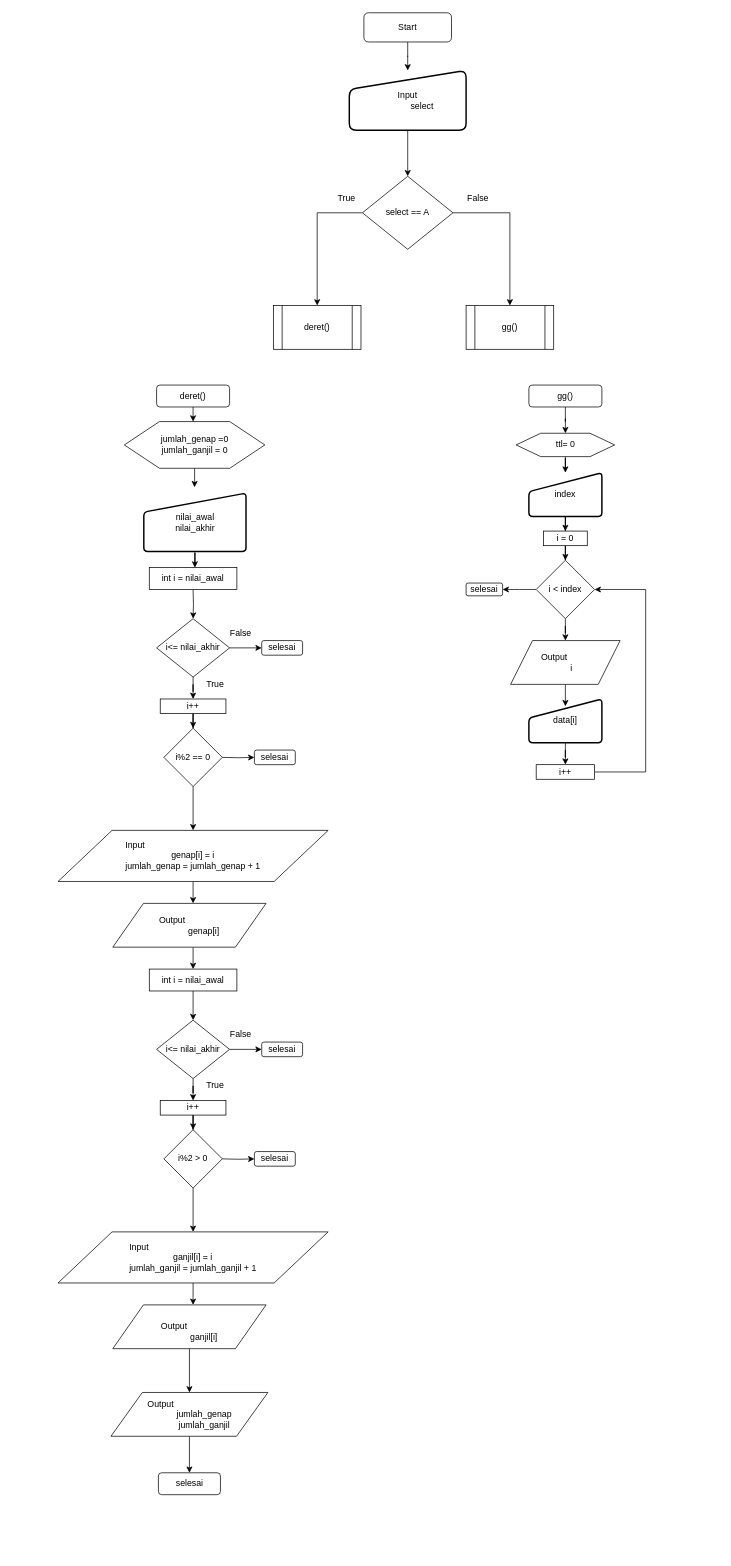
This is Untitled Diagram.drawio from imamnurhy/flowchart, a draw.io file, before an edit. Source tidied: cells renumbered, new cells numbered last; positions are measured from the earlier drawing's top-left corner, leaving out a move shared by most shapes. Both pictures are drawn from the tidied source at 73%, with x=0, y=0 at pixel (58, 12).
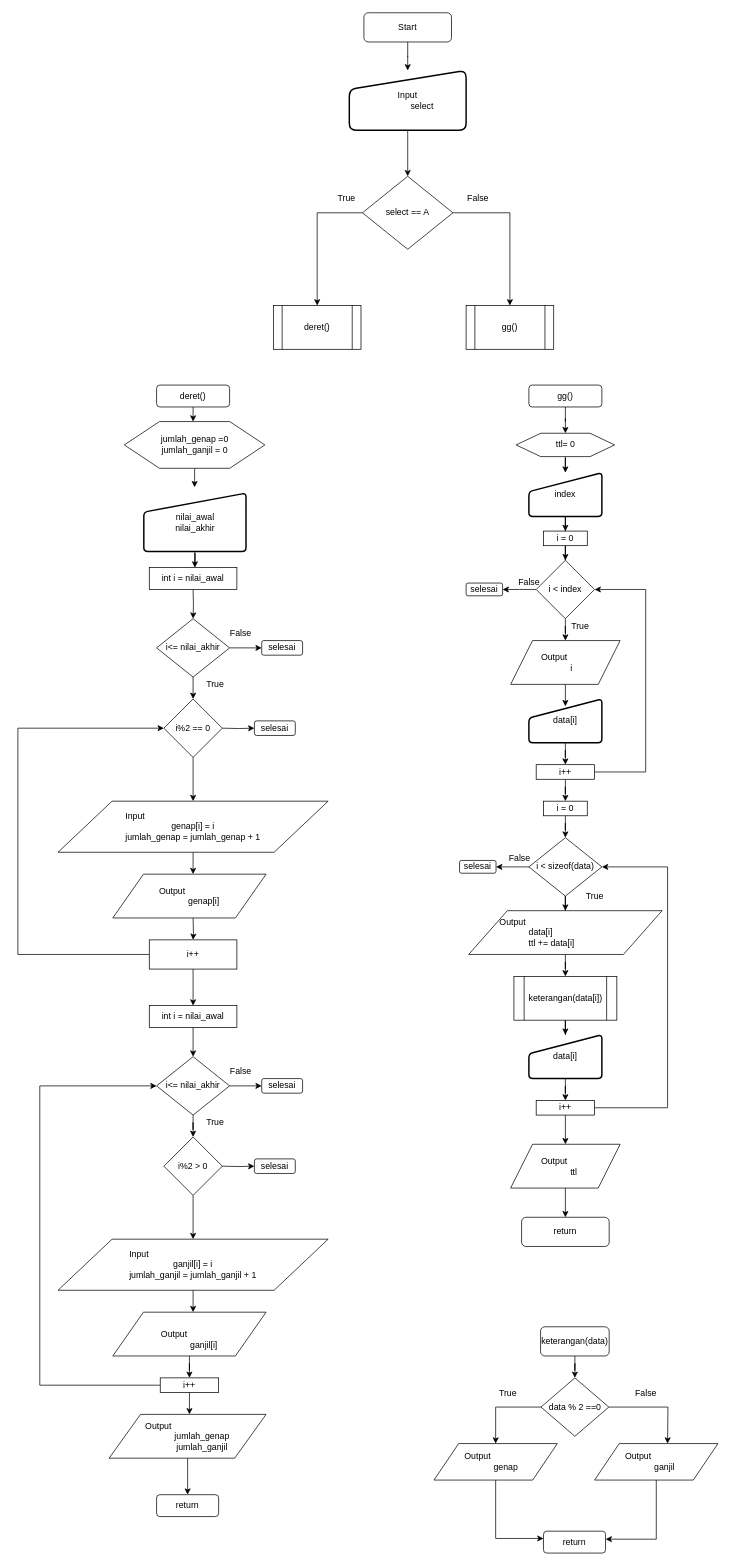
Above is the later version.

Unchanged cells that the change refers to:
```xml
<mxCell id="21" value="i&amp;lt;= nilai_akhir" style="rhombus;whiteSpace=wrap;html=1;" parent="1" vertex="1">
  <mxGeometry x="135" y="830" width="100" height="80" as="geometry" />
</mxCell>
<mxCell id="75" value="i++" style="rounded=0;whiteSpace=wrap;html=1;" parent="1" vertex="1">
  <mxGeometry x="655" y="1030" width="80" height="20" as="geometry" />
</mxCell>
```

What changed in the source:
```diff
@@
-    <mxCell id="19" style="edgeStyle=orthogonalEdgeStyle;rounded=0;jettySize=auto;html=1;" parent="1" edge="1" source="21" target="23">
-      <mxGeometry relative="1" as="geometry" />
+    <mxCell id="19" style="edgeStyle=orthogonalEdgeStyle;rounded=0;jettySize=auto;html=1;" parent="1" edge="1" source="21">
+      <mxGeometry relative="1" as="geometry">
+        <mxPoint x="185" y="940" as="targetPoint" />
+      </mxGeometry>
     </mxCell>
@@
-    <mxCell id="22" style="edgeStyle=orthogonalEdgeStyle;rounded=0;jettySize=auto;html=1;" parent="1" edge="1" source="23" target="28">
-      <mxGeometry relative="1" as="geometry" />
-    </mxCell>
-    <mxCell id="23" value="i++" style="rounded=0;whiteSpace=wrap;html=1;" parent="1" vertex="1">
-      <mxGeometry x="140" y="940" width="90" height="20" as="geometry" />
-    </mxCell>
@@
     <mxCell id="28" value="i%2 == 0" style="rhombus;whiteSpace=wrap;html=1;" parent="1" vertex="1">
-      <mxGeometry x="145" y="980" width="80" height="80" as="geometry" />
+      <mxGeometry x="145" y="940" width="80" height="80" as="geometry" />
     </mxCell>
     <mxCell id="29" style="edgeStyle=orthogonalEdgeStyle;rounded=0;jettySize=auto;html=1;" parent="1" edge="1" target="30">
       <mxGeometry relative="1" as="geometry">
-        <mxPoint x="225" y="1020" as="sourcePoint" />
+        <mxPoint x="225" y="980" as="sourcePoint" />
       </mxGeometry>
     </mxCell>
     <mxCell id="30" value="selesai" style="rounded=1;whiteSpace=wrap;html=1;" parent="1" vertex="1">
-      <mxGeometry x="269" y="1010" width="56" height="20" as="geometry" />
+      <mxGeometry x="269" y="970" width="56" height="20" as="geometry" />
     </mxCell>
     <mxCell id="31" style="edgeStyle=orthogonalEdgeStyle;rounded=0;jettySize=auto;html=1;" parent="1" edge="1" source="32">
       <mxGeometry relative="1" as="geometry">
-        <mxPoint x="185" y="1220" as="targetPoint" />
+        <mxPoint x="185" y="1180" as="targetPoint" />
       </mxGeometry>
     </mxCell>
     <mxCell id="32" value="&lt;div style=&quot;text-align: left&quot;&gt;&lt;span&gt;Input&lt;/span&gt;&lt;/div&gt;&lt;blockquote style=&quot;margin: 0 0 0 40px ; border: none ; padding: 0px&quot;&gt;&lt;/blockquote&gt;&lt;span&gt;genap[i] = i&lt;/span&gt;&lt;br&gt;&lt;span&gt;jumlah_genap = jumlah_genap + 1&lt;/span&gt;" style="shape=parallelogram;perimeter=parallelogramPerimeter;whiteSpace=wrap;html=1;align=center;" parent="1" vertex="1">
-      <mxGeometry y="1120" width="370" height="70" as="geometry" />
+      <mxGeometry y="1080" width="370" height="70" as="geometry" />
     </mxCell>
-    <mxCell id="33" style="edgeStyle=orthogonalEdgeStyle;rounded=0;orthogonalLoop=1;jettySize=auto;html=1;" parent="1" edge="1">
+    <mxCell id="33" style="edgeStyle=orthogonalEdgeStyle;rounded=0;jettySize=auto;html=1;" parent="1" edge="1" target="81">
       <mxGeometry relative="1" as="geometry">
-        <mxPoint x="185" y="1280" as="sourcePoint" />
-        <mxPoint x="185" y="1310" as="targetPoint" />
+        <mxPoint x="185" y="1240" as="sourcePoint" />
       </mxGeometry>
     </mxCell>
@@
     <mxCell id="35" value="int i = nilai_awal" style="rounded=0;whiteSpace=wrap;html=1;" parent="1" vertex="1">
-      <mxGeometry x="125" y="1310" width="120" height="30" as="geometry" />
+      <mxGeometry x="125" y="1360" width="120" height="30" as="geometry" />
     </mxCell>
-    <mxCell id="36" style="edgeStyle=orthogonalEdgeStyle;rounded=0;jettySize=auto;html=1;" parent="1" edge="1" source="38" target="40">
-      <mxGeometry relative="1" as="geometry" />
-    </mxCell>
@@
+    <mxCell id="76" style="edgeStyle=orthogonalEdgeStyle;rounded=0;jettySize=auto;html=1;entryX=0.5;entryY=0;entryDx=0;entryDy=0;" parent="1" edge="1" source="38" target="45">
+      <mxGeometry relative="1" as="geometry" />
+    </mxCell>
     <mxCell id="38" value="i&amp;lt;= nilai_akhir" style="rhombus;whiteSpace=wrap;html=1;" parent="1" vertex="1">
-      <mxGeometry x="135" y="1380" width="100" height="80" as="geometry" />
+      <mxGeometry x="135" y="1430" width="100" height="80" as="geometry" />
     </mxCell>
-    <mxCell id="39" style="edgeStyle=orthogonalEdgeStyle;rounded=0;jettySize=auto;html=1;" parent="1" edge="1" source="40" target="45">
-      <mxGeometry relative="1" as="geometry" />
-    </mxCell>
-    <mxCell id="40" value="i++" style="rounded=0;whiteSpace=wrap;html=1;" parent="1" vertex="1">
-      <mxGeometry x="140" y="1490" width="90" height="20" as="geometry" />
-    </mxCell>
     <mxCell id="41" value="selesai" style="rounded=1;whiteSpace=wrap;html=1;" parent="1" vertex="1">
-      <mxGeometry x="279" y="1410" width="56" height="20" as="geometry" />
+      <mxGeometry x="279" y="1460" width="56" height="20" as="geometry" />
     </mxCell>
     <mxCell id="42" value="False" style="text;html=1;align=center;verticalAlign=middle;" parent="1" vertex="1">
-      <mxGeometry x="225" y="1390" width="50" height="20" as="geometry" />
+      <mxGeometry x="225" y="1440" width="50" height="20" as="geometry" />
     </mxCell>
     <mxCell id="43" value="True" style="text;html=1;align=center;verticalAlign=middle;" parent="1" vertex="1">
-      <mxGeometry x="195" y="1460" width="40" height="20" as="geometry" />
+      <mxGeometry x="195" y="1510" width="40" height="20" as="geometry" />
     </mxCell>
@@
     <mxCell id="45" value="i%2 &amp;gt; 0" style="rhombus;whiteSpace=wrap;html=1;" parent="1" vertex="1">
-      <mxGeometry x="145" y="1530" width="80" height="80" as="geometry" />
+      <mxGeometry x="145" y="1540" width="80" height="80" as="geometry" />
     </mxCell>
     <mxCell id="46" style="edgeStyle=orthogonalEdgeStyle;rounded=0;jettySize=auto;html=1;" parent="1" edge="1" target="47">
       <mxGeometry relative="1" as="geometry">
-        <mxPoint x="225" y="1570" as="sourcePoint" />
+        <mxPoint x="225" y="1580" as="sourcePoint" />
       </mxGeometry>
     </mxCell>
     <mxCell id="47" value="selesai" style="rounded=1;whiteSpace=wrap;html=1;" parent="1" vertex="1">
-      <mxGeometry x="269" y="1560" width="56" height="20" as="geometry" />
+      <mxGeometry x="269" y="1570" width="56" height="20" as="geometry" />
     </mxCell>
     <mxCell id="48" style="edgeStyle=orthogonalEdgeStyle;rounded=0;jettySize=auto;html=1;" parent="1" edge="1" source="49">
       <mxGeometry relative="1" as="geometry">
-        <mxPoint x="185" y="1770" as="targetPoint" />
+        <mxPoint x="185" y="1780" as="targetPoint" />
       </mxGeometry>
     </mxCell>
     <mxCell id="49" value="&lt;div style=&quot;text-align: left&quot;&gt;&lt;span&gt;Input&lt;/span&gt;&lt;/div&gt;&lt;blockquote style=&quot;margin: 0 0 0 40px ; border: none ; padding: 0px&quot;&gt;&lt;/blockquote&gt;&lt;span&gt;ganjil[i] = i&lt;/span&gt;&lt;br&gt;&lt;span&gt;jumlah_ganjil = jumlah_ganjil + 1&lt;/span&gt;" style="shape=parallelogram;perimeter=parallelogramPerimeter;whiteSpace=wrap;html=1;align=center;" parent="1" vertex="1">
-      <mxGeometry y="1670" width="370" height="70" as="geometry" />
+      <mxGeometry y="1680" width="370" height="70" as="geometry" />
     </mxCell>
     <mxCell id="50" value="&lt;div style=&quot;text-align: left&quot;&gt;&lt;span style=&quot;font-family: &amp;#34;helvetica&amp;#34;&quot;&gt;Output&lt;/span&gt;&lt;/div&gt;&lt;blockquote style=&quot;margin: 0 0 0 40px ; border: none ; padding: 0px&quot;&gt;&lt;div&gt;&lt;span&gt;genap[i]&lt;/span&gt;&lt;/div&gt;&lt;/blockquote&gt;" style="shape=parallelogram;perimeter=parallelogramPerimeter;whiteSpace=wrap;html=1;align=center;" parent="1" vertex="1">
-      <mxGeometry x="75" y="1220" width="210" height="60" as="geometry" />
+      <mxGeometry x="75" y="1180" width="210" height="60" as="geometry" />
     </mxCell>
-    <mxCell id="51" style="edgeStyle=orthogonalEdgeStyle;rounded=0;jettySize=auto;html=1;" parent="1" edge="1" source="52" target="54">
-      <mxGeometry relative="1" as="geometry" />
-    </mxCell>
+    <mxCell id="77" style="edgeStyle=orthogonalEdgeStyle;rounded=0;jettySize=auto;html=1;entryX=0.5;entryY=0;entryDx=0;entryDy=0;" parent="1" edge="1" source="52" target="84">
+      <mxGeometry relative="1" as="geometry" />
+    </mxCell>
     <mxCell id="52" value="&lt;br&gt;&lt;div style=&quot;text-align: left&quot;&gt;&lt;span style=&quot;font-family: &amp;#34;helvetica&amp;#34;&quot;&gt;Output&lt;/span&gt;&lt;/div&gt;&lt;blockquote style=&quot;margin: 0 0 0 40px ; border: none ; padding: 0px&quot;&gt;&lt;div&gt;&lt;span&gt;ganjil[i]&lt;/span&gt;&lt;/div&gt;&lt;/blockquote&gt;" style="shape=parallelogram;perimeter=parallelogramPerimeter;whiteSpace=wrap;html=1;align=center;" parent="1" vertex="1">
-      <mxGeometry x="75" y="1770" width="210" height="60" as="geometry" />
+      <mxGeometry x="75" y="1780" width="210" height="60" as="geometry" />
     </mxCell>
@@
     <mxCell id="54" value="&lt;div style=&quot;text-align: left&quot;&gt;&lt;span&gt;Output&lt;/span&gt;&lt;/div&gt;&lt;blockquote style=&quot;margin: 0 0 0 40px ; border: none ; padding: 0px&quot;&gt;jumlah_genap&lt;br&gt;jumlah_ganjil&lt;/blockquote&gt;" style="shape=parallelogram;perimeter=parallelogramPerimeter;whiteSpace=wrap;html=1;" parent="1" vertex="1">
-      <mxGeometry x="72.5" y="1890" width="215" height="60" as="geometry" />
+      <mxGeometry x="70" y="1920" width="215" height="60" as="geometry" />
     </mxCell>
-    <mxCell id="55" value="selesai" style="rounded=1;whiteSpace=wrap;html=1;" parent="1" vertex="1">
-      <mxGeometry x="137.5" y="2000" width="85" height="30" as="geometry" />
+    <mxCell id="55" value="return" style="rounded=1;whiteSpace=wrap;html=1;" parent="1" vertex="1">
+      <mxGeometry x="135" y="2030" width="85" height="30" as="geometry" />
     </mxCell>
@@
+    <mxCell id="78" style="edgeStyle=orthogonalEdgeStyle;rounded=0;jettySize=auto;html=1;entryX=0.5;entryY=0;entryDx=0;entryDy=0;" parent="1" edge="1" source="75" target="86">
+      <mxGeometry relative="1" as="geometry" />
+    </mxCell>
@@
+    <mxCell id="79" style="edgeStyle=orthogonalEdgeStyle;rounded=0;jettySize=auto;html=1;entryX=0.5;entryY=0;entryDx=0;entryDy=0;" parent="1" edge="1" source="81" target="35">
+      <mxGeometry relative="1" as="geometry" />
+    </mxCell>
+    <mxCell id="80" style="edgeStyle=orthogonalEdgeStyle;rounded=0;jettySize=auto;html=1;entryX=0;entryY=0.5;entryDx=0;entryDy=0;" parent="1" edge="1" source="81" target="28">
+      <mxGeometry relative="1" as="geometry">
+        <Array as="points">
+          <mxPoint x="-55" y="1290" />
+          <mxPoint x="-55" y="980" />
+        </Array>
+      </mxGeometry>
+    </mxCell>
+    <mxCell id="81" value="i++" style="rounded=0;whiteSpace=wrap;html=1;" parent="1" vertex="1">
+      <mxGeometry x="125" y="1270" width="120" height="40" as="geometry" />
+    </mxCell>
+    <mxCell id="82" style="edgeStyle=orthogonalEdgeStyle;rounded=0;jettySize=auto;html=1;entryX=0.512;entryY=0;entryDx=0;entryDy=0;entryPerimeter=0;" parent="1" edge="1" source="84" target="54">
+      <mxGeometry relative="1" as="geometry" />
+    </mxCell>
+    <mxCell id="83" style="edgeStyle=orthogonalEdgeStyle;rounded=0;jettySize=auto;html=1;entryX=0;entryY=0.5;entryDx=0;entryDy=0;" parent="1" edge="1" source="84" target="38">
+      <mxGeometry relative="1" as="geometry">
+        <Array as="points">
+          <mxPoint x="-25" y="1880" />
+          <mxPoint x="-25" y="1470" />
+        </Array>
+      </mxGeometry>
+    </mxCell>
+    <mxCell id="84" value="i++" style="rounded=0;whiteSpace=wrap;html=1;" parent="1" vertex="1">
+      <mxGeometry x="140" y="1870" width="80" height="20" as="geometry" />
+    </mxCell>
+    <mxCell id="85" style="edgeStyle=orthogonalEdgeStyle;rounded=0;jettySize=auto;html=1;" parent="1" edge="1" source="86" target="89">
+      <mxGeometry relative="1" as="geometry" />
+    </mxCell>
+    <mxCell id="86" value="i = 0" style="rounded=0;whiteSpace=wrap;html=1;" parent="1" vertex="1">
+      <mxGeometry x="665" y="1080" width="60" height="20" as="geometry" />
+    </mxCell>
+    <mxCell id="87" style="edgeStyle=orthogonalEdgeStyle;rounded=0;jettySize=auto;html=1;" parent="1" edge="1" source="89" target="90">
+      <mxGeometry relative="1" as="geometry" />
+    </mxCell>
+    <mxCell id="88" style="edgeStyle=orthogonalEdgeStyle;rounded=0;jettySize=auto;html=1;" parent="1" edge="1" source="89" target="92">
+      <mxGeometry relative="1" as="geometry" />
+    </mxCell>
+    <mxCell id="89" value="i &amp;lt; sizeof(data)" style="rhombus;whiteSpace=wrap;html=1;" parent="1" vertex="1">
+      <mxGeometry x="645" y="1130" width="100" height="80" as="geometry" />
+    </mxCell>
+    <mxCell id="90" value="selesai" style="rounded=1;whiteSpace=wrap;html=1;" parent="1" vertex="1">
+      <mxGeometry x="550" y="1161.2" width="50" height="17.5" as="geometry" />
+    </mxCell>
+    <mxCell id="91" style="edgeStyle=orthogonalEdgeStyle;rounded=0;jettySize=auto;html=1;" parent="1" edge="1" source="92" target="99">
+      <mxGeometry relative="1" as="geometry" />
+    </mxCell>
+    <mxCell id="92" value="&lt;blockquote style=&quot;margin: 0 0 0 40px ; border: none ; padding: 0px&quot;&gt;&lt;div&gt;&lt;span&gt;Output&amp;nbsp;&lt;/span&gt;&lt;/div&gt;&lt;/blockquote&gt;&lt;blockquote style=&quot;margin: 0 0 0 40px ; border: none ; padding: 0px&quot;&gt;&lt;blockquote style=&quot;margin: 0 0 0 40px ; border: none ; padding: 0px&quot;&gt;data[i]&lt;/blockquote&gt;&lt;blockquote style=&quot;margin: 0 0 0 40px ; border: none ; padding: 0px&quot;&gt;ttl += data[i]&lt;/blockquote&gt;&lt;/blockquote&gt;" style="shape=parallelogram;perimeter=parallelogramPerimeter;whiteSpace=wrap;html=1;align=left;" parent="1" vertex="1">
+      <mxGeometry x="562.5" y="1230" width="265" height="60" as="geometry" />
+    </mxCell>
+    <mxCell id="93" style="edgeStyle=orthogonalEdgeStyle;rounded=0;jettySize=auto;html=1;" parent="1" edge="1" source="94" target="97">
+      <mxGeometry relative="1" as="geometry" />
+    </mxCell>
+    <mxCell id="94" value="data[i]" style="html=1;strokeWidth=2;shape=manualInput;whiteSpace=wrap;rounded=1;size=26;arcSize=11;" parent="1" vertex="1">
+      <mxGeometry x="645" y="1400" width="100" height="60" as="geometry" />
+    </mxCell>
+    <mxCell id="95" style="edgeStyle=orthogonalEdgeStyle;rounded=0;jettySize=auto;html=1;entryX=1;entryY=0.5;entryDx=0;entryDy=0;" parent="1" edge="1" source="97" target="89">
+      <mxGeometry relative="1" as="geometry">
+        <Array as="points">
+          <mxPoint x="835" y="1500" />
+          <mxPoint x="835" y="1170" />
+        </Array>
+      </mxGeometry>
+    </mxCell>
+    <mxCell id="96" style="edgeStyle=orthogonalEdgeStyle;rounded=0;jettySize=auto;html=1;" parent="1" edge="1" source="97" target="101">
+      <mxGeometry relative="1" as="geometry" />
+    </mxCell>
+    <mxCell id="97" value="i++" style="rounded=0;whiteSpace=wrap;html=1;" parent="1" vertex="1">
+      <mxGeometry x="655" y="1490" width="80" height="20" as="geometry" />
+    </mxCell>
+    <mxCell id="98" style="edgeStyle=orthogonalEdgeStyle;rounded=0;jettySize=auto;html=1;entryX=0.5;entryY=0;entryDx=0;entryDy=0;" parent="1" edge="1" source="99" target="94">
+      <mxGeometry relative="1" as="geometry" />
+    </mxCell>
+    <mxCell id="99" value="keterangan(data[i])" style="shape=process;whiteSpace=wrap;html=1;backgroundOutline=1;" parent="1" vertex="1">
+      <mxGeometry x="624.5" y="1320" width="141" height="60" as="geometry" />
+    </mxCell>
+    <mxCell id="100" style="edgeStyle=orthogonalEdgeStyle;rounded=0;jettySize=auto;html=1;" parent="1" edge="1" source="101" target="102">
+      <mxGeometry relative="1" as="geometry" />
+    </mxCell>
+    <mxCell id="101" value="&lt;blockquote style=&quot;margin: 0 0 0 40px ; border: none ; padding: 0px&quot;&gt;&lt;div&gt;&lt;span&gt;Output&lt;/span&gt;&lt;/div&gt;&lt;/blockquote&gt;&lt;blockquote style=&quot;margin: 0 0 0 40px ; border: none ; padding: 0px&quot;&gt;&lt;blockquote style=&quot;margin: 0 0 0 40px ; border: none ; padding: 0px&quot;&gt;ttl&lt;/blockquote&gt;&lt;/blockquote&gt;" style="shape=parallelogram;perimeter=parallelogramPerimeter;whiteSpace=wrap;html=1;align=left;" parent="1" vertex="1">
+      <mxGeometry x="620" y="1550" width="150" height="60" as="geometry" />
+    </mxCell>
+    <mxCell id="102" value="return" style="rounded=1;whiteSpace=wrap;html=1;" parent="1" vertex="1">
+      <mxGeometry x="635" y="1650" width="120" height="40" as="geometry" />
+    </mxCell>
+    <mxCell id="103" style="edgeStyle=orthogonalEdgeStyle;rounded=0;jettySize=auto;html=1;" parent="1" edge="1" source="104" target="107">
+      <mxGeometry relative="1" as="geometry" />
+    </mxCell>
+    <mxCell id="104" value="keterangan(data)" style="rounded=1;whiteSpace=wrap;html=1;align=center;" parent="1" vertex="1">
+      <mxGeometry x="661" y="1800" width="94" height="40" as="geometry" />
+    </mxCell>
+    <mxCell id="105" style="edgeStyle=orthogonalEdgeStyle;rounded=0;jettySize=auto;html=1;exitX=0;exitY=0.5;exitDx=0;exitDy=0;" parent="1" edge="1" source="107" target="109">
+      <mxGeometry relative="1" as="geometry" />
+    </mxCell>
+    <mxCell id="106" style="edgeStyle=orthogonalEdgeStyle;rounded=0;jettySize=auto;html=1;" parent="1" edge="1" source="107">
+      <mxGeometry relative="1" as="geometry">
+        <mxPoint x="835" y="1960" as="targetPoint" />
+      </mxGeometry>
+    </mxCell>
+    <mxCell id="107" value="data % 2 ==0" style="rhombus;whiteSpace=wrap;html=1;" parent="1" vertex="1">
+      <mxGeometry x="661.5" y="1870" width="93" height="80" as="geometry" />
+    </mxCell>
+    <mxCell id="108" style="edgeStyle=orthogonalEdgeStyle;rounded=0;jettySize=auto;html=1;" parent="1" edge="1" source="109">
+      <mxGeometry relative="1" as="geometry">
+        <mxPoint x="665" y="2090" as="targetPoint" />
+        <Array as="points">
+          <mxPoint x="600" y="2090" />
+        </Array>
+      </mxGeometry>
+    </mxCell>
+    <mxCell id="109" value="&lt;blockquote style=&quot;margin: 0 0 0 40px ; border: none ; padding: 0px&quot;&gt;&lt;div&gt;&lt;span&gt;Output&amp;nbsp;&lt;/span&gt;&lt;/div&gt;&lt;/blockquote&gt;&lt;blockquote style=&quot;margin: 0 0 0 40px ; border: none ; padding: 0px&quot;&gt;&lt;blockquote style=&quot;margin: 0 0 0 40px ; border: none ; padding: 0px&quot;&gt;&lt;div&gt;&lt;span&gt;genap&lt;/span&gt;&lt;/div&gt;&lt;/blockquote&gt;&lt;/blockquote&gt;" style="shape=parallelogram;perimeter=parallelogramPerimeter;whiteSpace=wrap;html=1;align=left;" parent="1" vertex="1">
+      <mxGeometry x="515" y="1960" width="169" height="50" as="geometry" />
+    </mxCell>
+    <mxCell id="110" style="edgeStyle=orthogonalEdgeStyle;rounded=0;jettySize=auto;html=1;entryX=1.002;entryY=0.365;entryDx=0;entryDy=0;entryPerimeter=0;" parent="1" edge="1" source="111" target="118">
+      <mxGeometry relative="1" as="geometry">
+        <Array as="points">
+          <mxPoint x="820" y="2091" />
+        </Array>
+      </mxGeometry>
+    </mxCell>
+    <mxCell id="111" value="&lt;blockquote style=&quot;margin: 0 0 0 40px ; border: none ; padding: 0px&quot;&gt;&lt;div&gt;&lt;span&gt;Output&amp;nbsp;&lt;/span&gt;&lt;/div&gt;&lt;/blockquote&gt;&lt;blockquote style=&quot;margin: 0 0 0 40px ; border: none ; padding: 0px&quot;&gt;&lt;blockquote style=&quot;margin: 0 0 0 40px ; border: none ; padding: 0px&quot;&gt;&lt;div&gt;&lt;span&gt;ganjil&lt;/span&gt;&lt;/div&gt;&lt;/blockquote&gt;&lt;/blockquote&gt;" style="shape=parallelogram;perimeter=parallelogramPerimeter;whiteSpace=wrap;html=1;align=left;" parent="1" vertex="1">
+      <mxGeometry x="735" y="1960" width="169" height="50" as="geometry" />
+    </mxCell>
+    <mxCell id="112" value="True" style="text;html=1;align=center;verticalAlign=middle;" parent="1" vertex="1">
+      <mxGeometry x="596" y="1881" width="40" height="20" as="geometry" />
+    </mxCell>
+    <mxCell id="113" value="False" style="text;html=1;align=center;verticalAlign=middle;" parent="1" vertex="1">
+      <mxGeometry x="780" y="1881" width="50" height="20" as="geometry" />
+    </mxCell>
+    <mxCell id="114" value="True" style="text;html=1;align=center;verticalAlign=middle;" parent="1" vertex="1">
+      <mxGeometry x="715" y="1200" width="40" height="20" as="geometry" />
+    </mxCell>
+    <mxCell id="115" value="False" style="text;html=1;align=center;verticalAlign=middle;" parent="1" vertex="1">
+      <mxGeometry x="607" y="1149" width="50" height="20" as="geometry" />
+    </mxCell>
+    <mxCell id="116" value="True" style="text;html=1;align=center;verticalAlign=middle;" parent="1" vertex="1">
+      <mxGeometry x="695" y="830" width="40" height="20" as="geometry" />
+    </mxCell>
+    <mxCell id="117" value="False" style="text;html=1;align=center;verticalAlign=middle;" parent="1" vertex="1">
+      <mxGeometry x="619.5" y="770" width="50" height="20" as="geometry" />
+    </mxCell>
+    <mxCell id="118" value="return" style="rounded=1;whiteSpace=wrap;html=1;align=center;" parent="1" vertex="1">
+      <mxGeometry x="665" y="2080" width="85" height="30" as="geometry" />
+    </mxCell>
```
